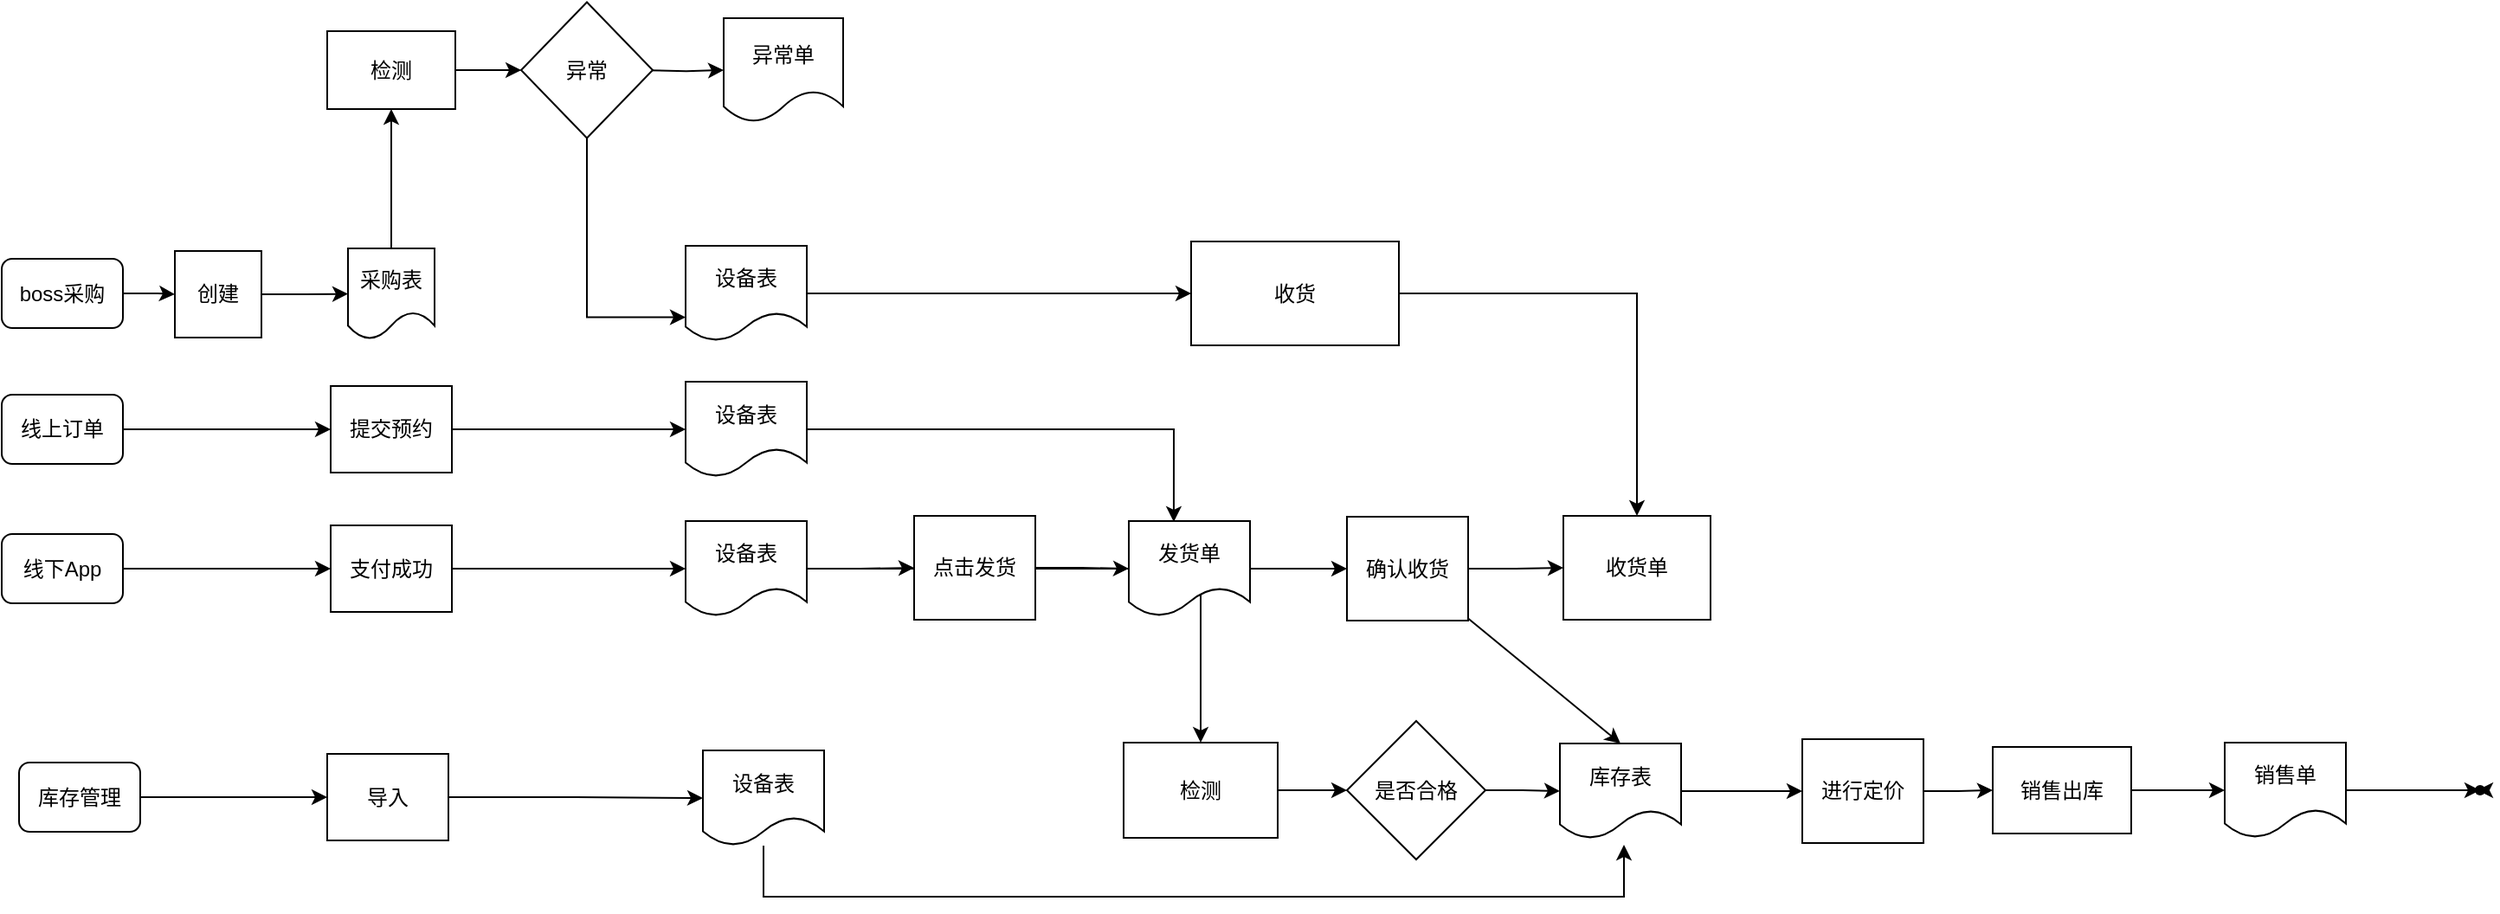
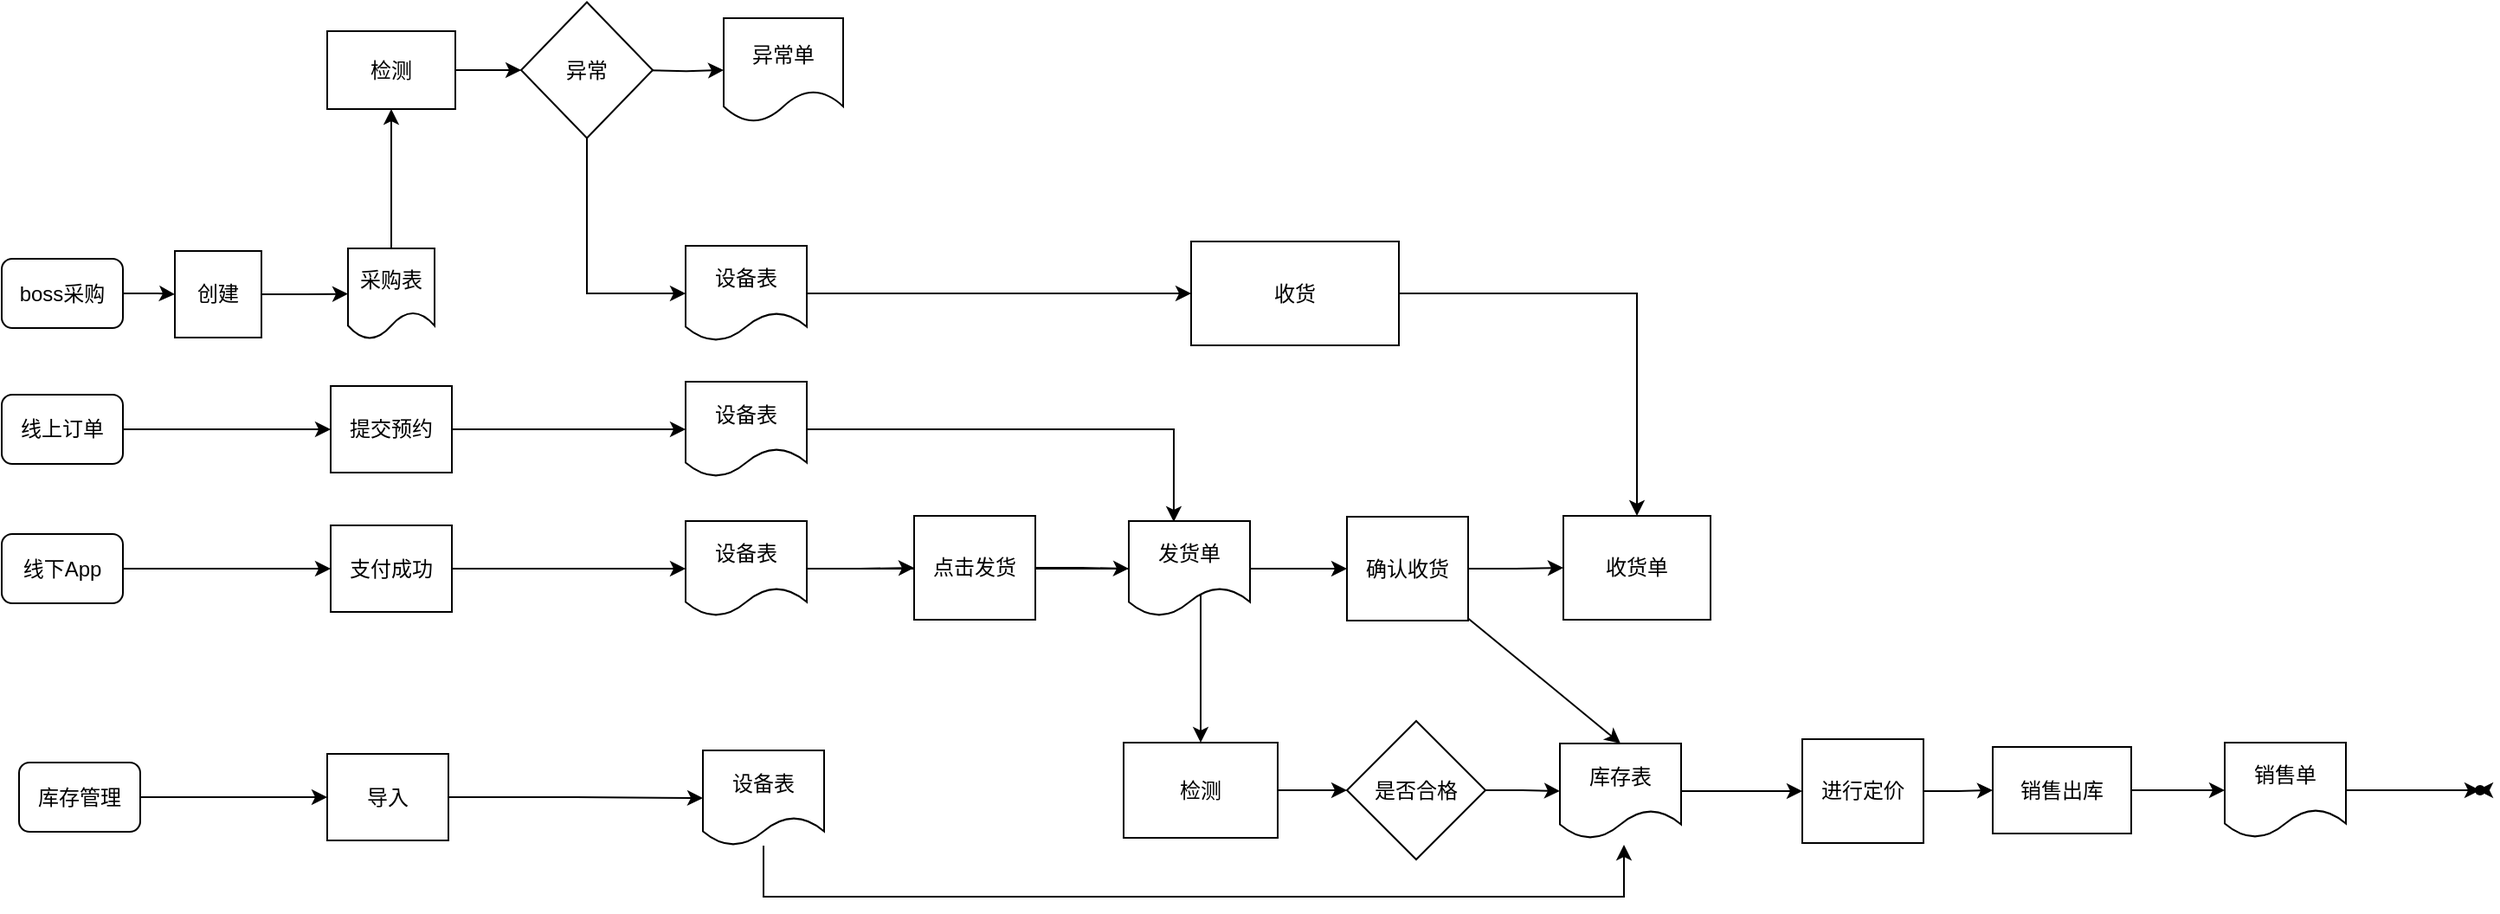
<mxfile host="app.diagrams.net">
  <diagram name="第 1 页" id="s3CgnVwbfZmktE_ADOAM">
    <mxGraphModel dx="1414" dy="1899" grid="1" gridSize="10" guides="1" tooltips="1" connect="1" arrows="1" fold="1" page="1" pageScale="1" pageWidth="827" pageHeight="1169" math="0" shadow="0">
      <root>
        <mxCell id="0" />
        <mxCell id="1" parent="0" />
        <mxCell id="9bAV4iDaCewVaVFpZhyE-6" edge="1" parent="1" source="9bAV4iDaCewVaVFpZhyE-1" style="edgeStyle=orthogonalEdgeStyle;rounded=0;orthogonalLoop=1;jettySize=auto;html=1;entryX=0;entryY=0.5;entryDx=0;entryDy=0;" target="9bAV4iDaCewVaVFpZhyE-5">
          <mxGeometry relative="1" as="geometry" />
        </mxCell>
        <mxCell id="9bAV4iDaCewVaVFpZhyE-1" parent="1" style="rounded=1;whiteSpace=wrap;html=1;" value="线上订单" vertex="1">
          <mxGeometry height="40" width="70" x="100" y="200" as="geometry" />
        </mxCell>
        <mxCell id="9bAV4iDaCewVaVFpZhyE-8" edge="1" parent="1" source="9bAV4iDaCewVaVFpZhyE-2" style="edgeStyle=orthogonalEdgeStyle;rounded=0;orthogonalLoop=1;jettySize=auto;html=1;entryX=0;entryY=0.5;entryDx=0;entryDy=0;" target="9bAV4iDaCewVaVFpZhyE-7">
          <mxGeometry relative="1" as="geometry" />
        </mxCell>
        <mxCell id="9bAV4iDaCewVaVFpZhyE-2" parent="1" style="rounded=1;whiteSpace=wrap;html=1;" value="线下App" vertex="1">
          <mxGeometry height="40" width="70" x="100" y="280.5" as="geometry" />
        </mxCell>
        <mxCell id="9bAV4iDaCewVaVFpZhyE-18" edge="1" parent="1" source="9bAV4iDaCewVaVFpZhyE-4" style="edgeStyle=orthogonalEdgeStyle;rounded=0;orthogonalLoop=1;jettySize=auto;html=1;entryX=0;entryY=0.5;entryDx=0;entryDy=0;" target="9bAV4iDaCewVaVFpZhyE-17">
          <mxGeometry relative="1" as="geometry" />
        </mxCell>
        <mxCell id="9bAV4iDaCewVaVFpZhyE-4" parent="1" style="rounded=1;whiteSpace=wrap;html=1;" value="boss采购" vertex="1">
          <mxGeometry height="40" width="70" x="100" y="121.5" as="geometry" />
        </mxCell>
        <mxCell id="9bAV4iDaCewVaVFpZhyE-13" edge="1" parent="1" source="9bAV4iDaCewVaVFpZhyE-5" style="edgeStyle=orthogonalEdgeStyle;rounded=0;orthogonalLoop=1;jettySize=auto;html=1;entryX=0;entryY=0.5;entryDx=0;entryDy=0;" target="9bAV4iDaCewVaVFpZhyE-10">
          <mxGeometry relative="1" as="geometry" />
        </mxCell>
        <mxCell id="9bAV4iDaCewVaVFpZhyE-5" parent="1" style="rounded=0;whiteSpace=wrap;html=1;" value="提交预约" vertex="1">
          <mxGeometry height="50" width="70" x="290" y="195" as="geometry" />
        </mxCell>
        <mxCell id="9bAV4iDaCewVaVFpZhyE-14" edge="1" parent="1" source="9bAV4iDaCewVaVFpZhyE-7" style="edgeStyle=orthogonalEdgeStyle;rounded=0;orthogonalLoop=1;jettySize=auto;html=1;entryX=0;entryY=0.5;entryDx=0;entryDy=0;" target="9bAV4iDaCewVaVFpZhyE-11">
          <mxGeometry relative="1" as="geometry" />
        </mxCell>
        <mxCell id="9bAV4iDaCewVaVFpZhyE-7" parent="1" style="rounded=0;whiteSpace=wrap;html=1;" value="支付成功" vertex="1">
          <mxGeometry height="50" width="70" x="290" y="275.5" as="geometry" />
        </mxCell>
        <mxCell id="GVKssT9AvyQaVMVPeHK4-71" edge="1" parent="1" source="9bAV4iDaCewVaVFpZhyE-9" style="edgeStyle=orthogonalEdgeStyle;rounded=0;orthogonalLoop=1;jettySize=auto;html=1;" target="GVKssT9AvyQaVMVPeHK4-56" value="">
          <mxGeometry relative="1" as="geometry" />
        </mxCell>
        <mxCell id="9bAV4iDaCewVaVFpZhyE-9" parent="1" style="rounded=0;whiteSpace=wrap;html=1;" value="检测" vertex="1">
          <mxGeometry height="45" width="74" x="288" y="-10" as="geometry" />
        </mxCell>
        <mxCell id="9bAV4iDaCewVaVFpZhyE-10" parent="1" style="shape=document;whiteSpace=wrap;html=1;boundedLbl=1;" value="设备表" vertex="1">
          <mxGeometry height="55" width="70" x="495" y="192.5" as="geometry" />
        </mxCell>
        <mxCell id="GVKssT9AvyQaVMVPeHK4-16" edge="1" parent="1" source="9bAV4iDaCewVaVFpZhyE-11" style="edgeStyle=orthogonalEdgeStyle;rounded=0;orthogonalLoop=1;jettySize=auto;html=1;entryX=0.5;entryY=0;entryDx=0;entryDy=0;" target="GVKssT9AvyQaVMVPeHK4-11">
          <mxGeometry relative="1" as="geometry" />
        </mxCell>
        <mxCell id="GVKssT9AvyQaVMVPeHK4-46" edge="1" parent="1" source="9bAV4iDaCewVaVFpZhyE-11" style="edgeStyle=orthogonalEdgeStyle;rounded=0;orthogonalLoop=1;jettySize=auto;html=1;entryX=0;entryY=0.5;entryDx=0;entryDy=0;" target="GVKssT9AvyQaVMVPeHK4-45">
          <mxGeometry relative="1" as="geometry" />
        </mxCell>
        <mxCell id="9bAV4iDaCewVaVFpZhyE-11" parent="1" style="shape=document;whiteSpace=wrap;html=1;boundedLbl=1;" value="设备表" vertex="1">
          <mxGeometry height="55" width="70" x="495" y="273" as="geometry" />
        </mxCell>
        <mxCell id="GVKssT9AvyQaVMVPeHK4-54" edge="1" parent="1" source="9bAV4iDaCewVaVFpZhyE-12" style="edgeStyle=orthogonalEdgeStyle;rounded=0;orthogonalLoop=1;jettySize=auto;html=1;" target="GVKssT9AvyQaVMVPeHK4-53" value="">
          <mxGeometry relative="1" as="geometry" />
        </mxCell>
        <mxCell id="9bAV4iDaCewVaVFpZhyE-12" parent="1" style="shape=document;whiteSpace=wrap;html=1;boundedLbl=1;" value="设备表" vertex="1">
          <mxGeometry height="55" width="70" x="495" y="114" as="geometry" />
        </mxCell>
        <mxCell id="9bAV4iDaCewVaVFpZhyE-20" edge="1" parent="1" source="9bAV4iDaCewVaVFpZhyE-17" style="edgeStyle=orthogonalEdgeStyle;rounded=0;orthogonalLoop=1;jettySize=auto;html=1;entryX=0;entryY=0.5;entryDx=0;entryDy=0;" target="9bAV4iDaCewVaVFpZhyE-19">
          <mxGeometry relative="1" as="geometry" />
        </mxCell>
        <mxCell id="9bAV4iDaCewVaVFpZhyE-17" parent="1" style="rounded=0;whiteSpace=wrap;html=1;" value="创建" vertex="1">
          <mxGeometry height="50" width="50" x="200" y="117" as="geometry" />
        </mxCell>
        <mxCell id="GVKssT9AvyQaVMVPeHK4-70" edge="1" parent="1" source="9bAV4iDaCewVaVFpZhyE-19" style="edgeStyle=orthogonalEdgeStyle;rounded=0;orthogonalLoop=1;jettySize=auto;html=1;" target="9bAV4iDaCewVaVFpZhyE-9" value="">
          <mxGeometry relative="1" as="geometry" />
        </mxCell>
        <mxCell id="9bAV4iDaCewVaVFpZhyE-19" parent="1" style="shape=document;whiteSpace=wrap;html=1;boundedLbl=1;" value="采购表" vertex="1">
          <mxGeometry height="52.5" width="50" x="300" y="115.5" as="geometry" />
        </mxCell>
        <mxCell id="GVKssT9AvyQaVMVPeHK4-67" edge="1" parent="1" source="GVKssT9AvyQaVMVPeHK4-10" style="edgeStyle=orthogonalEdgeStyle;rounded=0;orthogonalLoop=1;jettySize=auto;html=1;" target="GVKssT9AvyQaVMVPeHK4-13" value="">
          <mxGeometry relative="1" as="geometry" />
        </mxCell>
        <mxCell id="GVKssT9AvyQaVMVPeHK4-10" parent="1" style="rhombus;whiteSpace=wrap;html=1;" value="是否合格" vertex="1">
          <mxGeometry height="80" width="80" x="877" y="388.5" as="geometry" />
        </mxCell>
        <mxCell id="GVKssT9AvyQaVMVPeHK4-74" edge="1" parent="1" source="GVKssT9AvyQaVMVPeHK4-11" style="edgeStyle=orthogonalEdgeStyle;rounded=0;orthogonalLoop=1;jettySize=auto;html=1;" target="GVKssT9AvyQaVMVPeHK4-10" value="">
          <mxGeometry relative="1" as="geometry" />
        </mxCell>
        <mxCell id="GVKssT9AvyQaVMVPeHK4-11" parent="1" style="rounded=0;whiteSpace=wrap;html=1;" value="&lt;span style=&quot;text-align: left;&quot;&gt;检测&lt;/span&gt;" vertex="1">
          <mxGeometry height="55" width="89" x="748" y="401" as="geometry" />
        </mxCell>
        <mxCell id="GVKssT9AvyQaVMVPeHK4-60" edge="1" parent="1" source="GVKssT9AvyQaVMVPeHK4-13" style="edgeStyle=orthogonalEdgeStyle;rounded=0;orthogonalLoop=1;jettySize=auto;html=1;" target="GVKssT9AvyQaVMVPeHK4-19" value="">
          <mxGeometry relative="1" as="geometry" />
        </mxCell>
        <mxCell id="GVKssT9AvyQaVMVPeHK4-13" parent="1" style="shape=document;whiteSpace=wrap;html=1;boundedLbl=1;" value="库存表" vertex="1">
          <mxGeometry height="55" width="70" x="1000" y="401.5" as="geometry" />
        </mxCell>
        <mxCell id="GVKssT9AvyQaVMVPeHK4-22" edge="1" parent="1" source="GVKssT9AvyQaVMVPeHK4-19" style="edgeStyle=orthogonalEdgeStyle;rounded=0;orthogonalLoop=1;jettySize=auto;html=1;" target="GVKssT9AvyQaVMVPeHK4-21" value="">
          <mxGeometry relative="1" as="geometry" />
        </mxCell>
        <mxCell id="GVKssT9AvyQaVMVPeHK4-19" parent="1" style="rounded=0;whiteSpace=wrap;html=1;" value="进行定价" vertex="1">
          <mxGeometry height="60" width="70" x="1140" y="399" as="geometry" />
        </mxCell>
        <mxCell id="GVKssT9AvyQaVMVPeHK4-25" edge="1" parent="1" source="GVKssT9AvyQaVMVPeHK4-21" style="edgeStyle=orthogonalEdgeStyle;rounded=0;orthogonalLoop=1;jettySize=auto;html=1;" target="GVKssT9AvyQaVMVPeHK4-24" value="">
          <mxGeometry relative="1" as="geometry" />
        </mxCell>
        <mxCell id="GVKssT9AvyQaVMVPeHK4-21" parent="1" style="whiteSpace=wrap;html=1;rounded=0;" value="销售出库" vertex="1">
          <mxGeometry height="50" width="80" x="1250" y="403.5" as="geometry" />
        </mxCell>
        <mxCell id="GVKssT9AvyQaVMVPeHK4-62" edge="1" parent="1" source="GVKssT9AvyQaVMVPeHK4-61" style="edgeStyle=orthogonalEdgeStyle;rounded=0;orthogonalLoop=1;jettySize=auto;html=1;" value="">
          <mxGeometry relative="1" as="geometry">
            <mxPoint x="1530" y="429" as="targetPoint" />
          </mxGeometry>
        </mxCell>
        <mxCell id="GVKssT9AvyQaVMVPeHK4-24" parent="1" style="shape=document;whiteSpace=wrap;html=1;boundedLbl=1;" value="销售单" vertex="1">
          <mxGeometry height="55" width="70" x="1384" y="401" as="geometry" />
        </mxCell>
        <mxCell id="GVKssT9AvyQaVMVPeHK4-50" edge="1" parent="1" source="GVKssT9AvyQaVMVPeHK4-26" style="edgeStyle=orthogonalEdgeStyle;rounded=0;orthogonalLoop=1;jettySize=auto;html=1;" target="GVKssT9AvyQaVMVPeHK4-49" value="">
          <mxGeometry relative="1" as="geometry" />
        </mxCell>
        <mxCell id="GVKssT9AvyQaVMVPeHK4-26" parent="1" style="shape=document;whiteSpace=wrap;html=1;boundedLbl=1;" value="发货单" vertex="1">
          <mxGeometry height="55" width="70" x="751" y="273" as="geometry" />
        </mxCell>
        <mxCell id="GVKssT9AvyQaVMVPeHK4-30" edge="1" parent="1" source="9bAV4iDaCewVaVFpZhyE-2" style="edgeStyle=orthogonalEdgeStyle;rounded=0;orthogonalLoop=1;jettySize=auto;html=1;exitX=0.5;exitY=1;exitDx=0;exitDy=0;" target="9bAV4iDaCewVaVFpZhyE-2">
          <mxGeometry relative="1" as="geometry" />
        </mxCell>
        <mxCell id="GVKssT9AvyQaVMVPeHK4-31" edge="1" parent="1" style="edgeStyle=orthogonalEdgeStyle;rounded=0;orthogonalLoop=1;jettySize=auto;html=1;exitX=0.5;exitY=1;exitDx=0;exitDy=0;">
          <mxGeometry relative="1" as="geometry">
            <mxPoint x="200" y="390" as="sourcePoint" />
            <mxPoint x="200" y="390" as="targetPoint" />
          </mxGeometry>
        </mxCell>
        <mxCell id="GVKssT9AvyQaVMVPeHK4-34" edge="1" parent="1" source="GVKssT9AvyQaVMVPeHK4-32" style="edgeStyle=orthogonalEdgeStyle;rounded=0;orthogonalLoop=1;jettySize=auto;html=1;entryX=0;entryY=0.5;entryDx=0;entryDy=0;" target="GVKssT9AvyQaVMVPeHK4-33">
          <mxGeometry relative="1" as="geometry" />
        </mxCell>
        <mxCell id="GVKssT9AvyQaVMVPeHK4-32" parent="1" style="rounded=1;whiteSpace=wrap;html=1;" value="库存管理" vertex="1">
          <mxGeometry height="40" width="70" x="110" y="412.5" as="geometry" />
        </mxCell>
        <mxCell id="GVKssT9AvyQaVMVPeHK4-33" parent="1" style="rounded=0;whiteSpace=wrap;html=1;" value="导入" vertex="1">
          <mxGeometry height="50" width="70" x="288" y="407.5" as="geometry" />
        </mxCell>
        <mxCell id="GVKssT9AvyQaVMVPeHK4-39" edge="1" parent="1" style="edgeStyle=orthogonalEdgeStyle;rounded=0;orthogonalLoop=1;jettySize=auto;html=1;exitX=0.5;exitY=1;exitDx=0;exitDy=0;">
          <mxGeometry relative="1" as="geometry">
            <mxPoint x="133" y="453.5" as="sourcePoint" />
            <mxPoint x="133" y="453.5" as="targetPoint" />
          </mxGeometry>
        </mxCell>
        <mxCell id="GVKssT9AvyQaVMVPeHK4-75" edge="1" parent="1" source="GVKssT9AvyQaVMVPeHK4-40" style="edgeStyle=orthogonalEdgeStyle;rounded=0;orthogonalLoop=1;jettySize=auto;html=1;">
          <mxGeometry relative="1" as="geometry">
            <Array as="points">
              <mxPoint x="540" y="490" />
              <mxPoint x="1037" y="490" />
            </Array>
            <mxPoint x="1037" y="460" as="targetPoint" />
          </mxGeometry>
        </mxCell>
        <mxCell id="GVKssT9AvyQaVMVPeHK4-40" parent="1" style="shape=document;whiteSpace=wrap;html=1;boundedLbl=1;" value="设备表" vertex="1">
          <mxGeometry height="55" width="70" x="505" y="405.5" as="geometry" />
        </mxCell>
        <mxCell id="GVKssT9AvyQaVMVPeHK4-41" edge="1" parent="1" source="GVKssT9AvyQaVMVPeHK4-33" style="edgeStyle=orthogonalEdgeStyle;rounded=0;orthogonalLoop=1;jettySize=auto;html=1;entryX=0;entryY=0.5;entryDx=0;entryDy=0;" target="GVKssT9AvyQaVMVPeHK4-40">
          <mxGeometry relative="1" as="geometry" />
        </mxCell>
        <mxCell id="GVKssT9AvyQaVMVPeHK4-47" edge="1" parent="1" source="GVKssT9AvyQaVMVPeHK4-45" style="edgeStyle=orthogonalEdgeStyle;rounded=0;orthogonalLoop=1;jettySize=auto;html=1;entryX=0;entryY=0.5;entryDx=0;entryDy=0;" target="GVKssT9AvyQaVMVPeHK4-26">
          <mxGeometry relative="1" as="geometry" />
        </mxCell>
        <mxCell id="GVKssT9AvyQaVMVPeHK4-45" parent="1" style="rounded=0;whiteSpace=wrap;html=1;" value="点击发货" vertex="1">
          <mxGeometry height="60" width="70" x="627" y="270" as="geometry" />
        </mxCell>
        <mxCell id="GVKssT9AvyQaVMVPeHK4-48" edge="1" parent="1" source="9bAV4iDaCewVaVFpZhyE-10" style="edgeStyle=orthogonalEdgeStyle;rounded=0;orthogonalLoop=1;jettySize=auto;html=1;entryX=0.371;entryY=0.009;entryDx=0;entryDy=0;entryPerimeter=0;" target="GVKssT9AvyQaVMVPeHK4-26">
          <mxGeometry relative="1" as="geometry" />
        </mxCell>
        <mxCell id="GVKssT9AvyQaVMVPeHK4-52" edge="1" parent="1" source="GVKssT9AvyQaVMVPeHK4-49" style="edgeStyle=orthogonalEdgeStyle;rounded=0;orthogonalLoop=1;jettySize=auto;html=1;" target="GVKssT9AvyQaVMVPeHK4-51" value="">
          <mxGeometry relative="1" as="geometry" />
        </mxCell>
        <mxCell id="GVKssT9AvyQaVMVPeHK4-76" edge="1" parent="1" source="GVKssT9AvyQaVMVPeHK4-49" style="rounded=0;orthogonalLoop=1;jettySize=auto;html=1;entryX=0.5;entryY=0;entryDx=0;entryDy=0;" target="GVKssT9AvyQaVMVPeHK4-13">
          <mxGeometry relative="1" as="geometry" />
        </mxCell>
        <mxCell id="GVKssT9AvyQaVMVPeHK4-49" parent="1" style="whiteSpace=wrap;html=1;" value="确认收货" vertex="1">
          <mxGeometry height="60" width="70" x="877" y="270.5" as="geometry" />
        </mxCell>
        <mxCell id="GVKssT9AvyQaVMVPeHK4-51" parent="1" style="whiteSpace=wrap;html=1;" value="收货单" vertex="1">
          <mxGeometry height="60" width="85" x="1002" y="270" as="geometry" />
        </mxCell>
        <mxCell id="GVKssT9AvyQaVMVPeHK4-55" edge="1" parent="1" source="GVKssT9AvyQaVMVPeHK4-53" style="edgeStyle=orthogonalEdgeStyle;rounded=0;orthogonalLoop=1;jettySize=auto;html=1;entryX=0.5;entryY=0;entryDx=0;entryDy=0;" target="GVKssT9AvyQaVMVPeHK4-51">
          <mxGeometry relative="1" as="geometry" />
        </mxCell>
        <mxCell id="GVKssT9AvyQaVMVPeHK4-53" parent="1" style="whiteSpace=wrap;html=1;" value="收货" vertex="1">
          <mxGeometry height="60" width="120" x="787" y="111.5" as="geometry" />
        </mxCell>
        <mxCell id="GVKssT9AvyQaVMVPeHK4-72" edge="1" parent="1" style="edgeStyle=orthogonalEdgeStyle;rounded=0;orthogonalLoop=1;jettySize=auto;html=1;" target="GVKssT9AvyQaVMVPeHK4-58" value="">
          <mxGeometry relative="1" as="geometry">
            <mxPoint x="472.9031847133758" y="12.599999999999909" as="sourcePoint" />
          </mxGeometry>
        </mxCell>
-         <mxCell id="GVKssT9AvyQaVMVPeHK4-73" edge="1" parent="1" source="GVKssT9AvyQaVMVPeHK4-56" style="edgeStyle=orthogonalEdgeStyle;rounded=0;orthogonalLoop=1;jettySize=auto;html=1;entryX=0;entryY=0.75;entryDx=0;entryDy=0;exitX=0.5;exitY=1;exitDx=0;exitDy=0;" target="9bAV4iDaCewVaVFpZhyE-12">
+         <mxCell id="GVKssT9AvyQaVMVPeHK4-77" edge="1" parent="1" source="GVKssT9AvyQaVMVPeHK4-56" style="edgeStyle=orthogonalEdgeStyle;rounded=0;orthogonalLoop=1;jettySize=auto;html=1;entryX=0;entryY=0.5;entryDx=0;entryDy=0;exitX=0.5;exitY=1;exitDx=0;exitDy=0;" target="9bAV4iDaCewVaVFpZhyE-12">
          <mxGeometry relative="1" as="geometry" />
        </mxCell>
        <mxCell id="GVKssT9AvyQaVMVPeHK4-56" parent="1" style="rhombus;whiteSpace=wrap;html=1;rounded=0;" value="异常" vertex="1">
          <mxGeometry height="78.5" width="76" x="400" y="-26.75" as="geometry" />
        </mxCell>
        <mxCell id="GVKssT9AvyQaVMVPeHK4-58" parent="1" style="shape=document;whiteSpace=wrap;html=1;boundedLbl=1;rounded=0;" value="异常单" vertex="1">
          <mxGeometry height="60" width="69" x="517" y="-17.5" as="geometry" />
        </mxCell>
        <mxCell id="GVKssT9AvyQaVMVPeHK4-65" edge="1" parent="1" source="GVKssT9AvyQaVMVPeHK4-24" style="edgeStyle=orthogonalEdgeStyle;rounded=0;orthogonalLoop=1;jettySize=auto;html=1;" target="GVKssT9AvyQaVMVPeHK4-61" value="">
          <mxGeometry relative="1" as="geometry">
            <mxPoint x="1454" y="429" as="sourcePoint" />
            <mxPoint x="1530" y="429" as="targetPoint" />
          </mxGeometry>
        </mxCell>
        <mxCell id="GVKssT9AvyQaVMVPeHK4-61" parent="1" style="shape=waypoint;sketch=0;size=6;pointerEvents=1;points=[];fillColor=default;resizable=0;rotatable=0;perimeter=centerPerimeter;snapToPoint=1;" value="" vertex="1">
          <mxGeometry height="20" width="20" x="1521.5" y="418.5" as="geometry" />
        </mxCell>
      </root>
    </mxGraphModel>
  </diagram>
</mxfile>
